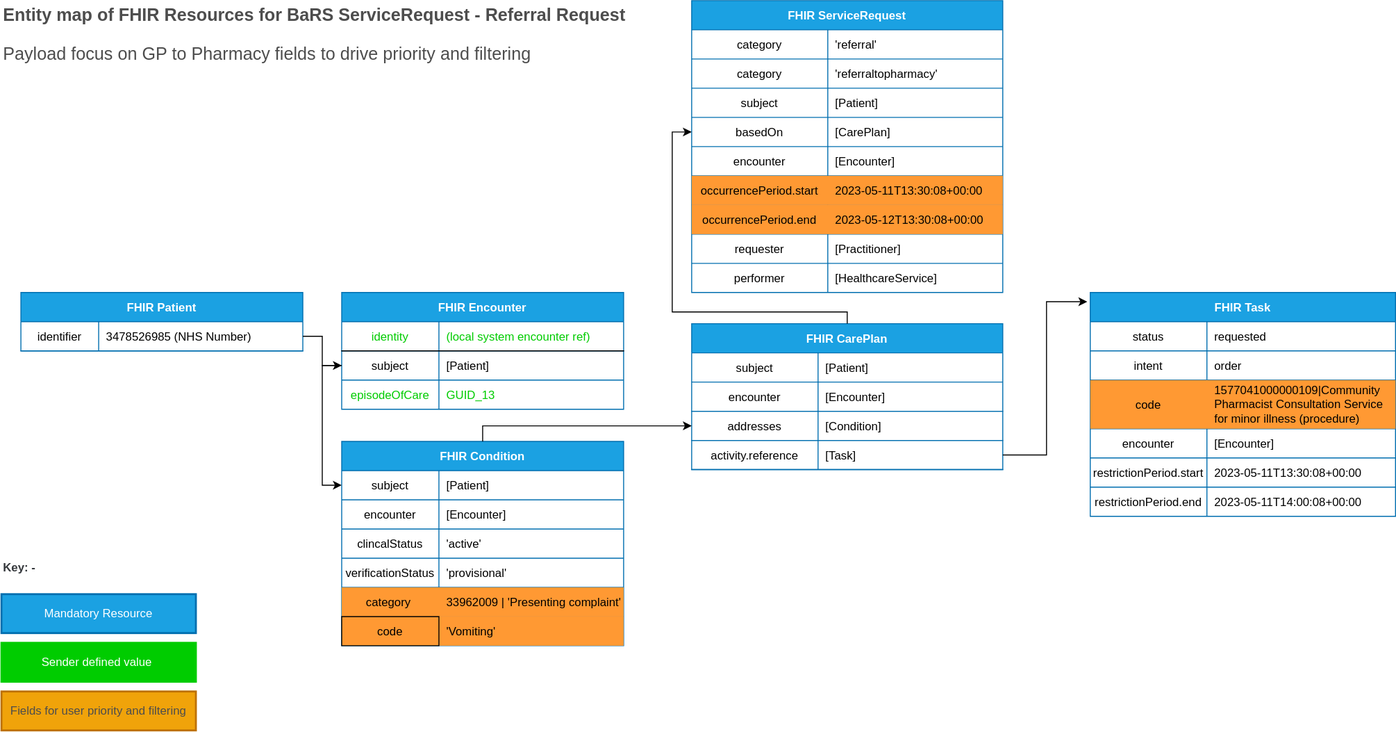
Before: src/images/EntityMaps/EntityMapGPPharmacyPayloadFocused-1.1.0.svg, a diagram exported from draw.io (NHSDigital/booking-and-referral-media). Source tidied: cells renumbered, new cells last; positions are measured from the earlier drawing's top-left corner, leaving out a move shared by most shapes.
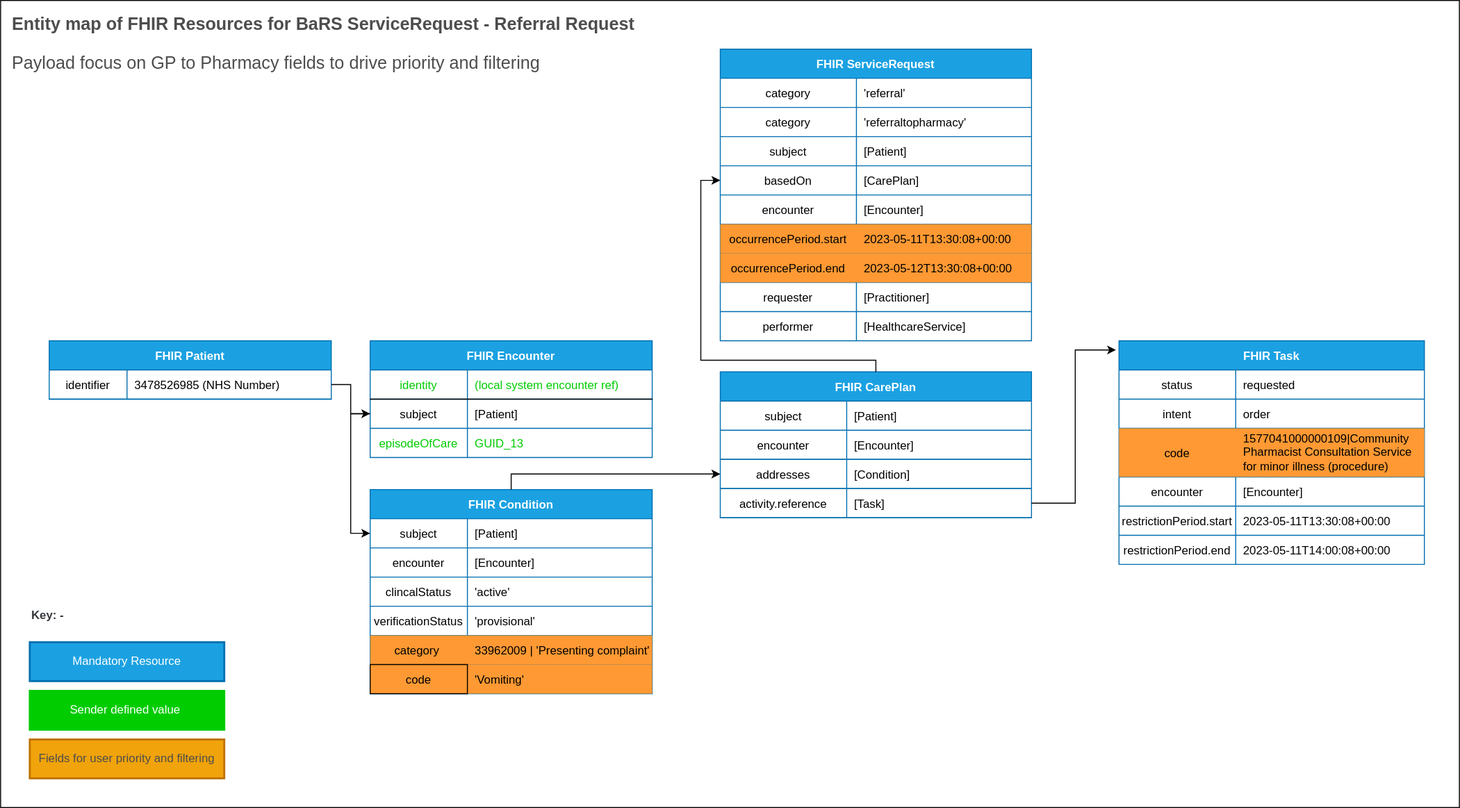
The same diagram one commit later.

Diff of the diagram source:
```diff
@@ -2,6 +2,9 @@
   <root>
     <mxCell id="0" />
     <mxCell id="1" parent="0" />
+    <mxCell id="106" style="rounded=0;whiteSpace=wrap;html=1;" parent="1" vertex="1">
+      <mxGeometry x="-30" y="-50" width="1500" height="830" as="geometry" />
+    </mxCell>
     <mxCell id="2" value="FHIR ServiceRequest" style="shape=table;startSize=30;rowLines=1;fontStyle=1;align=center;fillColor=#1ba1e2;strokeColor=#006EAF;fontColor=#ffffff;" parent="1" vertex="1">
       <mxGeometry x="710" width="320" height="300" as="geometry" />
     </mxCell>
@@ -250,10 +253,10 @@
       <mxGeometry relative="1" as="geometry" />
     </mxCell>
     <mxCell id="81" value="&lt;b style=&quot;&quot;&gt;&lt;font color=&quot;#4d4d4d&quot; style=&quot;font-size: 18px;&quot;&gt;Entity map of FHIR Resources for BaRS ServiceRequest - Referral Request&lt;/font&gt;&lt;/b&gt;" style="text;html=1;strokeColor=none;fillColor=none;align=left;verticalAlign=middle;whiteSpace=wrap;rounded=0;fontColor=#FFFFFF;" parent="1" vertex="1">
-      <mxGeometry width="690" height="30" as="geometry" />
+      <mxGeometry x="-20" y="-40" width="690" height="30" as="geometry" />
     </mxCell>
     <mxCell id="82" value="&lt;font color=&quot;#4d4d4d&quot; style=&quot;font-size: 18px;&quot;&gt;Payload focus on GP to Pharmacy fields to drive priority and filtering&lt;/font&gt;" style="text;html=1;strokeColor=none;fillColor=none;align=left;verticalAlign=middle;whiteSpace=wrap;rounded=0;fontColor=#FFFFFF;" parent="1" vertex="1">
-      <mxGeometry y="40" width="690" height="30" as="geometry" />
+      <mxGeometry x="-20" width="690" height="30" as="geometry" />
     </mxCell>
     <mxCell id="83" value="&lt;font color=&quot;#36393d&quot;&gt;&lt;b&gt;Key: -&amp;nbsp;&lt;br&gt;&lt;/b&gt;&lt;br&gt;&lt;/font&gt;" style="text;html=1;strokeColor=none;fillColor=none;align=left;verticalAlign=middle;whiteSpace=wrap;rounded=0;fontColor=#FFFFFF;" parent="1" vertex="1">
       <mxGeometry y="580" width="120" height="20" as="geometry" />
```
